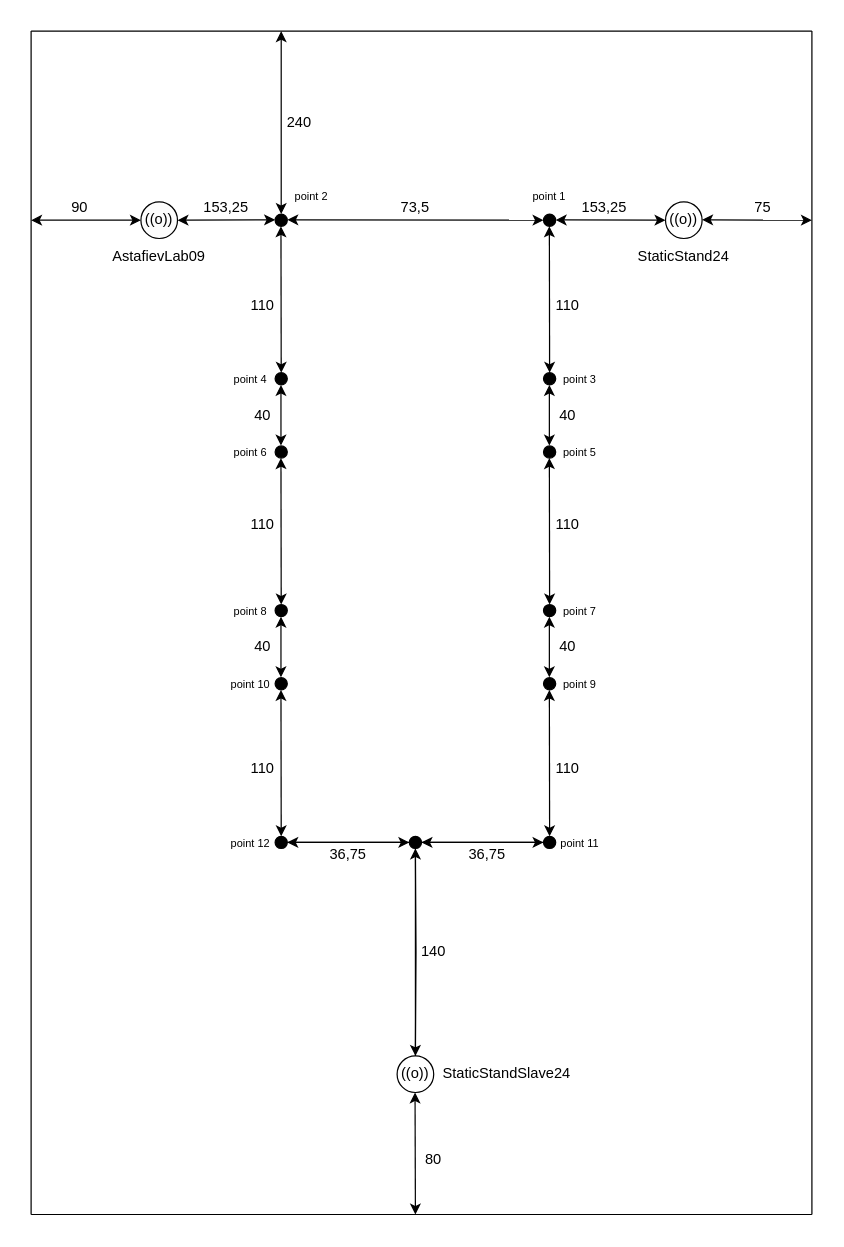
plkkz/Yarik keeps this draw.io diagram as Яриковские движения.drawio. Above is the earlier version. Source tidied: cells renumbered, new cells numbered last; positions are measured from the earlier drawing's top-left corner, leaving out a move shared by most shapes. Both pictures are drawn from the tidied source at 122%, with x=0, y=0 at pixel (30, 30).
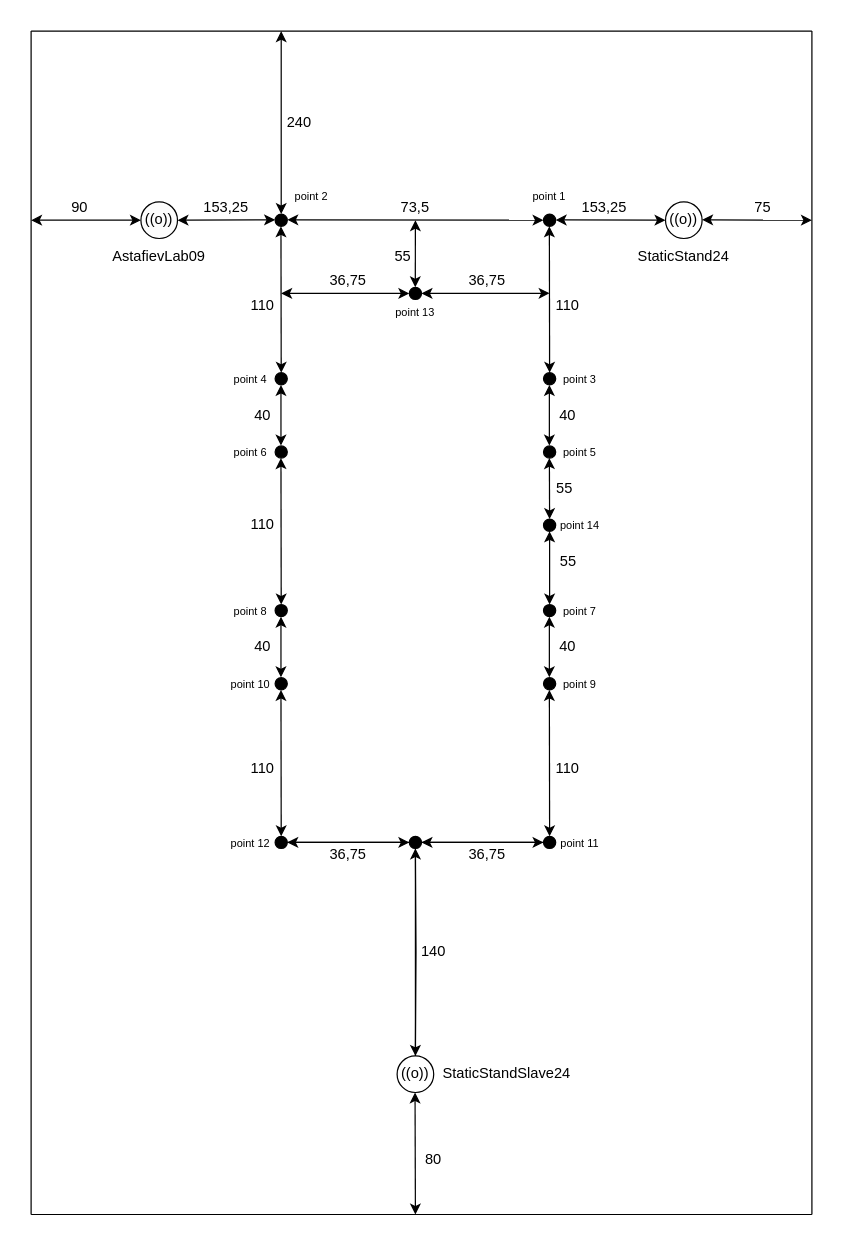
The same page after the edit.

Change to the diagram source:
```diff
@@
-    <mxCell id="20" style="endArrow=classic;startArrow=classic;html=1;rounded=0;" parent="1" edge="1">
+    <mxCell id="20" style="endArrow=classic;startArrow=classic;html=1;rounded=0;" parent="1" edge="1" source="90">
       <mxGeometry relative="1" as="geometry">
-        <mxPoint x="424.8" y="350" as="sourcePoint" />
         <mxPoint x="425" y="470" as="targetPoint" />
       </mxGeometry>
     </mxCell>
@@
     <mxCell id="45" value="110" style="text;html=1;align=center;verticalAlign=middle;whiteSpace=wrap;rounded=0;" parent="1" vertex="1">
-      <mxGeometry x="160" y="210" width="60" height="30" as="geometry" />
+      <mxGeometry x="175" y="220" width="30" height="10" as="geometry" />
     </mxCell>
@@
-    <mxCell id="48" value="110" style="text;html=1;align=center;verticalAlign=middle;whiteSpace=wrap;rounded=0;" parent="1" vertex="1">
-      <mxGeometry x="410" y="390" width="60" height="30" as="geometry" />
+    <mxCell id="48" value="55" style="text;html=1;align=center;verticalAlign=middle;whiteSpace=wrap;rounded=0;" parent="1" vertex="1">
+      <mxGeometry x="420" y="370" width="35" height="10" as="geometry" />
     </mxCell>
@@
     <mxCell id="55" value="73,5" style="text;html=1;align=center;verticalAlign=middle;whiteSpace=wrap;rounded=0;" parent="1" vertex="1">
-      <mxGeometry x="285" y="130" width="60" height="30" as="geometry" />
+      <mxGeometry x="285" y="135" width="60" height="20" as="geometry" />
     </mxCell>
@@
     <mxCell id="73" value="&lt;font style=&quot;font-size: 9px;&quot;&gt;point 5&lt;/font&gt;" style="text;html=1;align=center;verticalAlign=middle;whiteSpace=wrap;rounded=0;" parent="1" vertex="1">
-      <mxGeometry x="420" y="330" width="60" height="30" as="geometry" />
+      <mxGeometry x="430" y="330" width="40" height="30" as="geometry" />
     </mxCell>
@@
+    <mxCell id="81" style="ellipse;whiteSpace=wrap;html=1;fillColor=#000000;" parent="1" vertex="1">
+      <mxGeometry x="310" y="210" width="10" height="10" as="geometry" />
+    </mxCell>
+    <mxCell id="82" value="&lt;font style=&quot;font-size: 9px;&quot;&gt;point 13&lt;/font&gt;" style="text;html=1;align=center;verticalAlign=middle;whiteSpace=wrap;rounded=0;" parent="1" vertex="1">
+      <mxGeometry x="285" y="220" width="60" height="20" as="geometry" />
+    </mxCell>
+    <mxCell id="83" style="endArrow=classic;startArrow=classic;html=1;rounded=0;entryX=0;entryY=0.5;entryDx=0;entryDy=0;" parent="1" edge="1" target="81">
+      <mxGeometry relative="1" as="geometry">
+        <mxPoint x="205" y="215" as="sourcePoint" />
+      </mxGeometry>
+    </mxCell>
+    <mxCell id="84" style="endArrow=classic;startArrow=classic;html=1;rounded=0;exitX=1;exitY=0.5;exitDx=0;exitDy=0;" parent="1" edge="1" source="81">
+      <mxGeometry relative="1" as="geometry">
+        <mxPoint x="425" y="214.9" as="targetPoint" />
+      </mxGeometry>
+    </mxCell>
+    <mxCell id="85" style="endArrow=classic;startArrow=classic;html=1;rounded=0;entryX=0.5;entryY=1;entryDx=0;entryDy=0;" parent="1" edge="1" target="55">
+      <mxGeometry relative="1" as="geometry">
+        <mxPoint x="314.9" y="210" as="sourcePoint" />
+      </mxGeometry>
+    </mxCell>
+    <mxCell id="86" value="55" style="text;html=1;align=center;verticalAlign=middle;whiteSpace=wrap;rounded=0;" parent="1" vertex="1">
+      <mxGeometry x="285" y="175" width="40" height="20" as="geometry" />
+    </mxCell>
+    <mxCell id="87" value="36,75" style="text;html=1;align=center;verticalAlign=middle;whiteSpace=wrap;rounded=0;" parent="1" vertex="1">
+      <mxGeometry x="230" y="190" width="60" height="30" as="geometry" />
+    </mxCell>
+    <mxCell id="88" value="36,75" style="text;html=1;align=center;verticalAlign=middle;whiteSpace=wrap;rounded=0;" parent="1" vertex="1">
+      <mxGeometry x="343.5" y="190" width="60" height="30" as="geometry" />
+    </mxCell>
+    <mxCell id="89" style="endArrow=classic;startArrow=classic;html=1;rounded=0;" parent="1" edge="1" target="90">
+      <mxGeometry relative="1" as="geometry">
+        <mxPoint x="424.8" y="350" as="sourcePoint" />
+      </mxGeometry>
+    </mxCell>
+    <mxCell id="90" style="ellipse;whiteSpace=wrap;html=1;fillColor=#000000;" parent="1" vertex="1">
+      <mxGeometry x="420" y="400" width="10" height="10" as="geometry" />
+    </mxCell>
+    <mxCell id="91" value="&lt;font style=&quot;font-size: 9px;&quot;&gt;point 14&lt;/font&gt;" style="text;html=1;align=center;verticalAlign=middle;whiteSpace=wrap;rounded=0;" parent="1" vertex="1">
+      <mxGeometry x="430" y="390" width="40" height="30" as="geometry" />
+    </mxCell>
+    <mxCell id="92" value="55" style="text;html=1;align=center;verticalAlign=middle;whiteSpace=wrap;rounded=0;" parent="1" vertex="1">
+      <mxGeometry x="422.5" y="430" width="35" height="10" as="geometry" />
+    </mxCell>
```
